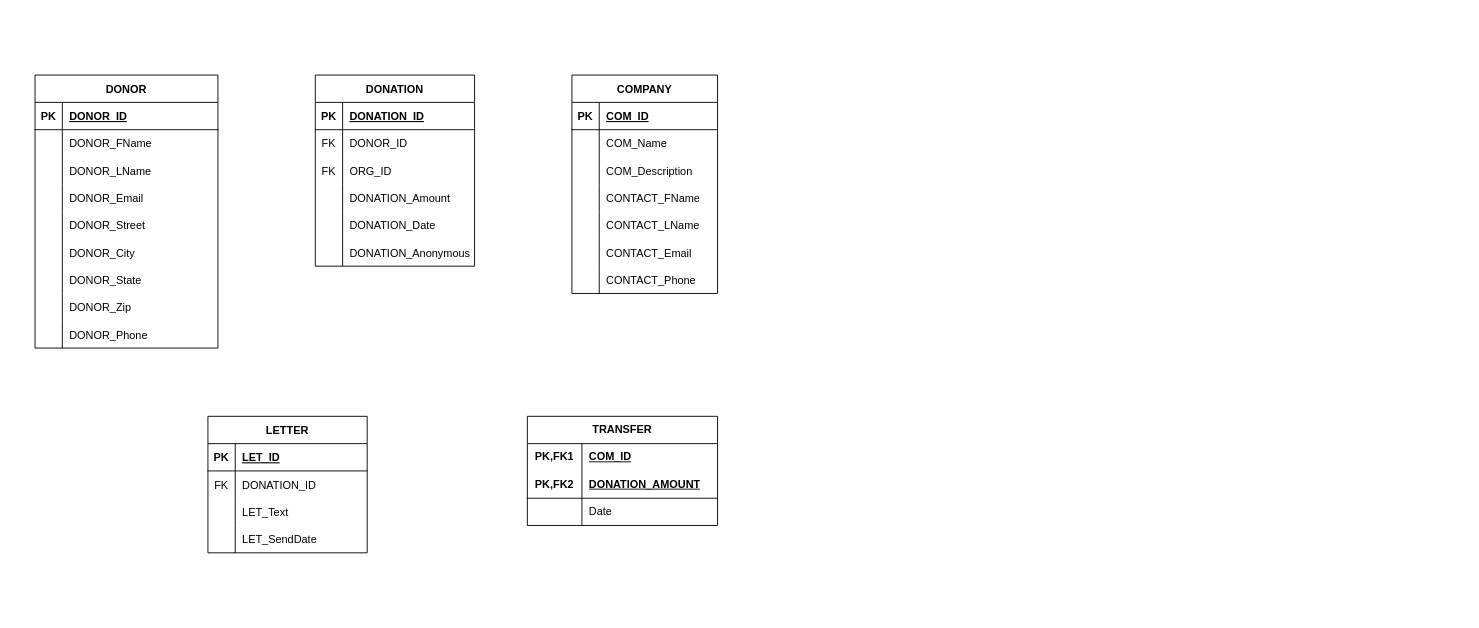
The draw.io diagram Quiz 1.drawio in Marcanicus/Intro-to-Databases, before the edit. Source tidied: cells renumbered, new cells numbered last; positions are measured from the earlier drawing's top-left corner, leaving out a move shared by most shapes. Both pictures are drawn from the tidied source at 91%, with x=0, y=0 at pixel (35, 75).
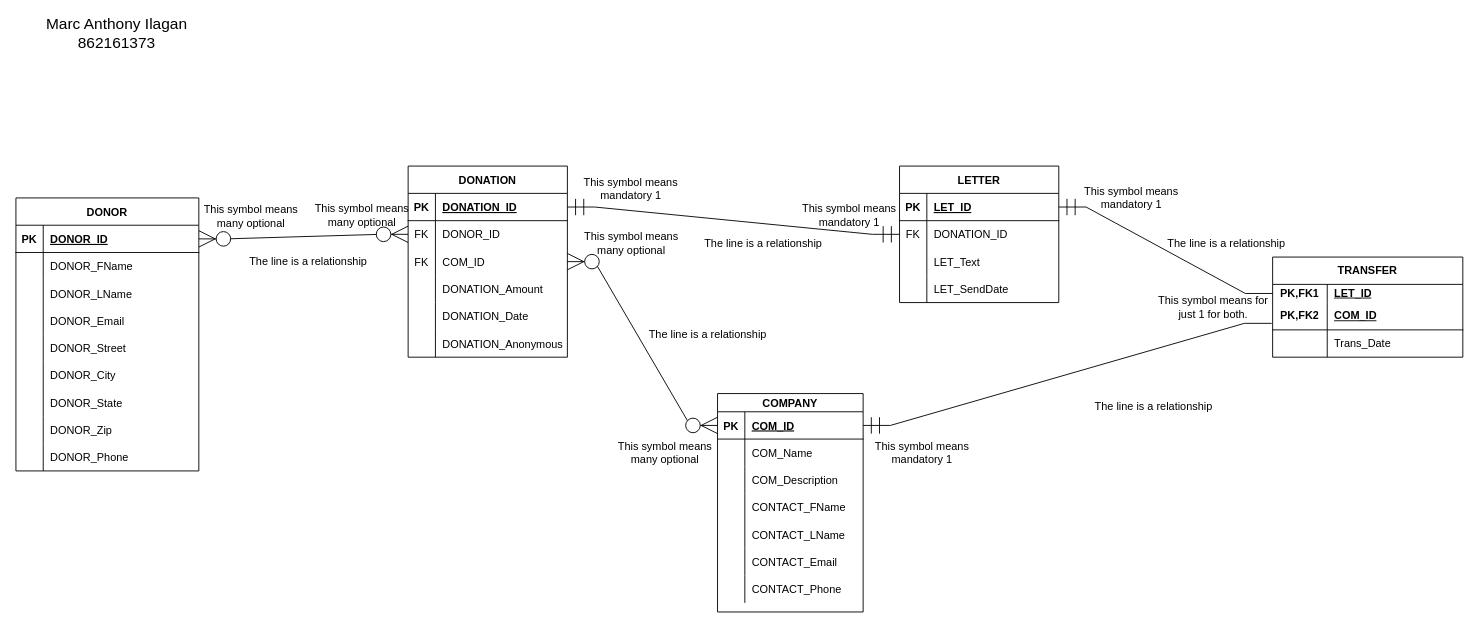
After the change.

The change refers to these unchanged cells:
```xml
<mxCell id="3" style="shape=partialRectangle;fillColor=none;points=[[0,0.5],[1,0.5]];portConstraint=eastwest;top=0;left=0;right=0;bottom=1;" parent="2" vertex="1">
  <mxGeometry y="30" width="201" height="30" as="geometry" />
</mxCell>
<mxCell id="53" style="shape=partialRectangle;fillColor=none;points=[[0,0.5],[1,0.5]];portConstraint=eastwest;top=0;left=0;right=0;bottom=1;" parent="52" vertex="1">
  <mxGeometry y="30" width="175" height="30" as="geometry" />
</mxCell>
<mxCell id="56" style="shape=partialRectangle;fillColor=none;points=[[0,0.5],[1,0.5]];portConstraint=eastwest;top=0;left=0;right=0;bottom=0;" parent="52" vertex="1">
  <mxGeometry y="60" width="175" height="30" as="geometry" />
</mxCell>
<mxCell id="59" style="shape=partialRectangle;fillColor=none;points=[[0,0.5],[1,0.5]];portConstraint=eastwest;top=0;left=0;right=0;bottom=0;" parent="52" vertex="1">
  <mxGeometry y="90" width="175" height="30" as="geometry" />
</mxCell>
<mxCell id="72" style="shape=partialRectangle;fillColor=none;points=[[0,0.5],[1,0.5]];portConstraint=eastwest;top=0;left=0;right=0;bottom=1;" parent="71" vertex="1">
  <mxGeometry y="30" width="175" height="30" as="geometry" />
</mxCell>
<mxCell id="75" style="shape=partialRectangle;fillColor=none;points=[[0,0.5],[1,0.5]];portConstraint=eastwest;top=0;left=0;right=0;bottom=0;" parent="71" vertex="1">
  <mxGeometry y="60" width="175" height="30" as="geometry" />
</mxCell>
```

The edit, as a diff of the source:
```diff
@@
     <mxCell id="2" value="DONOR" style="shape=table;startSize=30;childLayout=tableLayout;rowLines=0;fontStyle=1;align=center;" parent="1" vertex="1">
-      <mxGeometry width="201" height="300" as="geometry" />
+      <mxGeometry x="-21" y="135" width="201" height="300" as="geometry" />
     </mxCell>
@@
-    <mxCell id="30" value="COMPANY" style="shape=table;startSize=30;childLayout=tableLayout;rowLines=0;fontStyle=1;align=center;" parent="1" vertex="1">
-      <mxGeometry x="590" width="160" height="240" as="geometry" />
+    <mxCell id="30" value="COMPANY" style="shape=table;startSize=20;childLayout=tableLayout;rowLines=0;fontStyle=1;align=center;" parent="1" vertex="1">
+      <mxGeometry x="750" y="350" width="160" height="240" as="geometry" />
     </mxCell>
     <mxCell id="31" style="shape=partialRectangle;fillColor=none;points=[[0,0.5],[1,0.5]];portConstraint=eastwest;top=0;left=0;right=0;bottom=1;" parent="30" vertex="1">
-      <mxGeometry y="30" width="160" height="30" as="geometry" />
+      <mxGeometry y="20" width="160" height="30" as="geometry" />
     </mxCell>
@@
     <mxCell id="34" style="shape=partialRectangle;fillColor=none;top=0;left=0;right=0;bottom=0;" parent="30" vertex="1">
-      <mxGeometry y="60" width="160" height="30" as="geometry" />
+      <mxGeometry y="50" width="160" height="30" as="geometry" />
     </mxCell>
@@
     <mxCell id="37" style="shape=partialRectangle;fillColor=none;top=0;left=0;right=0;bottom=0;" parent="30" vertex="1">
-      <mxGeometry y="90" width="160" height="30" as="geometry" />
+      <mxGeometry y="80" width="160" height="30" as="geometry" />
     </mxCell>
@@
     <mxCell id="40" style="shape=partialRectangle;fillColor=none;top=0;left=0;right=0;bottom=0;" parent="30" vertex="1">
-      <mxGeometry y="120" width="160" height="30" as="geometry" />
+      <mxGeometry y="110" width="160" height="30" as="geometry" />
     </mxCell>
@@
     <mxCell id="43" style="shape=partialRectangle;fillColor=none;top=0;left=0;right=0;bottom=0;" parent="30" vertex="1">
-      <mxGeometry y="150" width="160" height="30" as="geometry" />
+      <mxGeometry y="140" width="160" height="30" as="geometry" />
     </mxCell>
@@
     <mxCell id="46" style="shape=partialRectangle;fillColor=none;top=0;left=0;right=0;bottom=0;" parent="30" vertex="1">
-      <mxGeometry y="180" width="160" height="30" as="geometry" />
+      <mxGeometry y="170" width="160" height="30" as="geometry" />
     </mxCell>
@@
     <mxCell id="49" style="shape=partialRectangle;fillColor=none;top=0;left=0;right=0;bottom=0;" parent="30" vertex="1">
-      <mxGeometry y="210" width="160" height="30" as="geometry" />
+      <mxGeometry y="200" width="160" height="30" as="geometry" />
     </mxCell>
@@
     <mxCell id="52" value="DONATION" style="shape=table;startSize=30;childLayout=tableLayout;rowLines=0;fontStyle=1;align=center;" parent="1" vertex="1">
-      <mxGeometry x="308" width="175" height="210" as="geometry" />
+      <mxGeometry x="410" y="100" width="175" height="210" as="geometry" />
     </mxCell>
@@
-    <mxCell id="61" value="ORG_ID" style="shape=partialRectangle;overflow=hidden;fillColor=none;top=0;left=0;bottom=0;right=0;align=left;spacingLeft=6;" parent="59" vertex="1">
+    <mxCell id="61" value="COM_ID" style="shape=partialRectangle;overflow=hidden;fillColor=none;top=0;left=0;bottom=0;right=0;align=left;spacingLeft=6;" parent="59" vertex="1">
       <mxGeometry x="30" width="145" height="30" as="geometry" />
     </mxCell>
@@
     <mxCell id="71" value="LETTER" style="shape=table;startSize=30;childLayout=tableLayout;rowLines=0;fontStyle=1;align=center;" parent="1" vertex="1">
-      <mxGeometry x="190" y="375" width="175" height="150" as="geometry" />
+      <mxGeometry x="950" y="100" width="175" height="150" as="geometry" />
     </mxCell>
@@
     <mxCell id="84" value="TRANSFER" style="shape=table;startSize=30;childLayout=tableLayout;rowLines=0;fontStyle=1;align=center;html=1;whiteSpace=wrap;" parent="1" vertex="1">
-      <mxGeometry x="541" y="375" width="209" height="120" as="geometry" />
+      <mxGeometry x="1360" y="200" width="209" height="110" as="geometry" />
     </mxCell>
     <mxCell id="85" style="shape=tableRow;horizontal=0;startSize=0;swimlaneHead=0;swimlaneBody=0;fillColor=none;points=[[0,0.5],[1,0.5]];portConstraint=eastwest;top=0;left=0;right=0;bottom=0;html=1;" parent="84" vertex="1">
-      <mxGeometry y="30" width="209" height="30" as="geometry" />
+      <mxGeometry y="30" width="209" height="20" as="geometry" />
     </mxCell>
     <mxCell id="86" value="PK,FK1" style="shape=partialRectangle;fillColor=none;top=0;left=0;bottom=0;right=0;fontStyle=1;overflow=hidden;html=1;whiteSpace=wrap;" parent="85" vertex="1">
-      <mxGeometry width="60" height="30" as="geometry" />
+      <mxGeometry width="60" height="20" as="geometry" />
     </mxCell>
-    <mxCell id="87" value="COM_ID" style="shape=partialRectangle;fillColor=none;top=0;left=0;bottom=0;right=0;align=left;spacingLeft=6;fontStyle=5;overflow=hidden;html=1;whiteSpace=wrap;" parent="85" vertex="1">
-      <mxGeometry x="60" width="149" height="30" as="geometry" />
+    <mxCell id="87" value="LET_ID" style="shape=partialRectangle;fillColor=none;top=0;left=0;bottom=0;right=0;align=left;spacingLeft=6;fontStyle=5;overflow=hidden;html=1;whiteSpace=wrap;" parent="85" vertex="1">
+      <mxGeometry x="60" width="149" height="20" as="geometry" />
     </mxCell>
     <mxCell id="88" style="shape=tableRow;horizontal=0;startSize=0;swimlaneHead=0;swimlaneBody=0;fillColor=none;points=[[0,0.5],[1,0.5]];portConstraint=eastwest;top=0;left=0;right=0;bottom=1;html=1;" parent="84" vertex="1">
-      <mxGeometry y="60" width="209" height="30" as="geometry" />
+      <mxGeometry y="50" width="209" height="30" as="geometry" />
     </mxCell>
@@
-    <mxCell id="90" value="DONATION_AMOUNT" style="shape=partialRectangle;fillColor=none;top=0;left=0;bottom=0;right=0;align=left;spacingLeft=6;fontStyle=5;overflow=hidden;html=1;whiteSpace=wrap;" parent="88" vertex="1">
+    <mxCell id="90" value="COM_ID" style="shape=partialRectangle;fillColor=none;top=0;left=0;bottom=0;right=0;align=left;spacingLeft=6;fontStyle=5;overflow=hidden;html=1;whiteSpace=wrap;" parent="88" vertex="1">
       <mxGeometry x="60" width="149" height="30" as="geometry" />
     </mxCell>
-    <mxCell id="91" style="shape=tableRow;horizontal=0;startSize=0;swimlaneHead=0;swimlaneBody=0;fillColor=none;top=0;left=0;right=0;bottom=0;html=1;" parent="84" vertex="1">
-      <mxGeometry y="90" width="209" height="30" as="geometry" />
-    </mxCell>
+    <mxCell id="94" style="shape=tableRow;horizontal=0;startSize=0;swimlaneHead=0;swimlaneBody=0;fillColor=none;top=0;left=0;right=0;bottom=0;html=1;" parent="84" vertex="1">
+      <mxGeometry y="80" width="209" height="30" as="geometry" />
+    </mxCell>
-    <mxCell id="92" style="shape=partialRectangle;fillColor=none;top=0;left=0;bottom=0;right=0;overflow=hidden;html=1;whiteSpace=wrap;" parent="91" vertex="1">
+    <mxCell id="92" style="shape=partialRectangle;fillColor=none;top=0;left=0;bottom=0;right=0;overflow=hidden;html=1;whiteSpace=wrap;" parent="94" vertex="1">
       <mxGeometry width="60" height="30" as="geometry" />
     </mxCell>
-    <mxCell id="93" value="Date" style="shape=partialRectangle;fillColor=none;top=0;left=0;bottom=0;right=0;align=left;spacingLeft=6;overflow=hidden;html=1;whiteSpace=wrap;" parent="91" vertex="1">
-      <mxGeometry x="60" width="149" height="30" as="geometry" />
-    </mxCell>
+    <mxCell id="95" value="Trans_Date" style="shape=partialRectangle;fillColor=none;top=0;left=0;bottom=0;right=0;align=left;spacingLeft=6;overflow=hidden;html=1;whiteSpace=wrap;" parent="94" vertex="1">
+      <mxGeometry x="60" width="149" height="30" as="geometry" />
+    </mxCell>
+    <mxCell id="96" value="&lt;div style=&quot;font-size: 17px;&quot;&gt;&lt;font style=&quot;font-size: 17px;&quot;&gt;Marc Anthony Ilagan&lt;/font&gt;&lt;/div&gt;&lt;div style=&quot;font-size: 17px;&quot;&gt;&lt;font style=&quot;font-size: 17px;&quot;&gt;862161373 &lt;/font&gt;&lt;/div&gt;" style="text;html=1;strokeColor=none;fillColor=none;align=center;verticalAlign=middle;whiteSpace=wrap;rounded=0;" parent="1" vertex="1">
+      <mxGeometry x="10" y="-60" width="160" height="30" as="geometry" />
+    </mxCell>
+    <mxCell id="97" value="The line is a relationship" style="text;html=1;strokeColor=none;fillColor=none;align=center;verticalAlign=middle;whiteSpace=wrap;rounded=0;" parent="1" vertex="1">
+      <mxGeometry x="1200" y="170" width="219" height="30" as="geometry" />
+    </mxCell>
+    <mxCell id="98" style="edgeStyle=entityRelationEdgeStyle;fontSize=12;html=1;endArrow=ERmandOne;rounded=0;entryX=1;entryY=0.5;entryDx=0;entryDy=0;exitX=0;exitY=0.5;exitDx=0;exitDy=0;endSize=16;startSize=16;" parent="1" edge="1" source="85" target="72">
+      <mxGeometry relative="1" as="geometry" />
+    </mxCell>
+    <mxCell id="99" style="edgeStyle=entityRelationEdgeStyle;fontSize=12;html=1;endArrow=ERmandOne;rounded=0;entryX=1;entryY=0.5;entryDx=0;entryDy=0;exitX=-0.005;exitY=0.761;exitDx=0;exitDy=0;exitPerimeter=0;endSize=16;startSize=16;" parent="1" edge="1" source="88" target="31">
+      <mxGeometry relative="1" as="geometry" />
+    </mxCell>
+    <mxCell id="100" style="edgeStyle=entityRelationEdgeStyle;fontSize=12;html=1;endArrow=ERzeroToMany;endFill=1;startArrow=ERzeroToMany;rounded=0;entryX=1;entryY=0.5;entryDx=0;entryDy=0;exitX=0;exitY=0.5;exitDx=0;exitDy=0;startSize=16;endSize=16;" parent="1" edge="1" source="31" target="59">
+      <mxGeometry relative="1" as="geometry" />
+    </mxCell>
+    <mxCell id="101" style="edgeStyle=entityRelationEdgeStyle;fontSize=12;html=1;endArrow=ERzeroToMany;endFill=1;startArrow=ERzeroToMany;rounded=0;exitX=1;exitY=0.5;exitDx=0;exitDy=0;entryX=0;entryY=0.5;entryDx=0;entryDy=0;endSize=16;startSize=16;" parent="1" edge="1" source="3" target="56">
+      <mxGeometry relative="1" as="geometry" />
+    </mxCell>
+    <mxCell id="102" style="edgeStyle=entityRelationEdgeStyle;fontSize=12;html=1;endArrow=ERmandOne;startArrow=ERmandOne;rounded=0;exitX=1;exitY=0.5;exitDx=0;exitDy=0;entryX=0;entryY=0.5;entryDx=0;entryDy=0;endSize=16;startSize=16;" parent="1" edge="1" source="53" target="75">
+      <mxGeometry relative="1" as="geometry" />
+    </mxCell>
+    <mxCell id="103" value="This symbol means many optional" style="text;html=1;strokeColor=none;fillColor=none;align=center;verticalAlign=middle;whiteSpace=wrap;rounded=0;" parent="1" vertex="1">
+      <mxGeometry x="180" y="140" width="115" height="30" as="geometry" />
+    </mxCell>
+    <mxCell id="104" value="This symbol means mandatory 1 " style="text;html=1;strokeColor=none;fillColor=none;align=center;verticalAlign=middle;whiteSpace=wrap;rounded=0;" parent="1" vertex="1">
+      <mxGeometry x="590" y="110" width="130" height="30" as="geometry" />
+    </mxCell>
+    <mxCell id="105" value="This symbol means many optional" style="text;html=1;strokeColor=none;fillColor=none;align=center;verticalAlign=middle;whiteSpace=wrap;rounded=0;" parent="1" vertex="1">
+      <mxGeometry x="302" y="139" width="115" height="30" as="geometry" />
+    </mxCell>
+    <mxCell id="106" value="This symbol means mandatory 1 " style="text;html=1;strokeColor=none;fillColor=none;align=center;verticalAlign=middle;whiteSpace=wrap;rounded=0;" parent="1" vertex="1">
+      <mxGeometry x="830" y="139" width="130" height="30" as="geometry" />
+    </mxCell>
+    <mxCell id="107" value="This symbol means mandatory 1 " style="text;html=1;strokeColor=none;fillColor=none;align=center;verticalAlign=middle;whiteSpace=wrap;rounded=0;" parent="1" vertex="1">
+      <mxGeometry x="910" y="400" width="130" height="30" as="geometry" />
+    </mxCell>
+    <mxCell id="108" value="This symbol means for just 1 for both." style="text;html=1;strokeColor=none;fillColor=none;align=center;verticalAlign=middle;whiteSpace=wrap;rounded=0;" parent="1" vertex="1">
+      <mxGeometry x="1230" y="240" width="130" height="30" as="geometry" />
+    </mxCell>
+    <mxCell id="109" value="This symbol means mandatory 1 " style="text;html=1;strokeColor=none;fillColor=none;align=center;verticalAlign=middle;whiteSpace=wrap;rounded=0;" parent="1" vertex="1">
+      <mxGeometry x="1140" y="120" width="130" height="30" as="geometry" />
+    </mxCell>
+    <mxCell id="110" value="The line is a relationship" style="text;html=1;strokeColor=none;fillColor=none;align=center;verticalAlign=middle;whiteSpace=wrap;rounded=0;" parent="1" vertex="1">
+      <mxGeometry x="191" y="190" width="219" height="30" as="geometry" />
+    </mxCell>
+    <mxCell id="111" value="The line is a relationship" style="text;html=1;strokeColor=none;fillColor=none;align=center;verticalAlign=middle;whiteSpace=wrap;rounded=0;" parent="1" vertex="1">
+      <mxGeometry x="691" y="170" width="219" height="30" as="geometry" />
+    </mxCell>
+    <mxCell id="112" value="The line is a relationship" style="text;html=1;strokeColor=none;fillColor=none;align=center;verticalAlign=middle;whiteSpace=wrap;rounded=0;" parent="1" vertex="1">
+      <mxGeometry x="630" y="270" width="219" height="30" as="geometry" />
+    </mxCell>
+    <mxCell id="113" value="This symbol means many optional" style="text;html=1;strokeColor=none;fillColor=none;align=center;verticalAlign=middle;whiteSpace=wrap;rounded=0;" parent="1" vertex="1">
+      <mxGeometry x="597.5" y="170" width="115" height="30" as="geometry" />
+    </mxCell>
+    <mxCell id="114" value="This symbol means many optional" style="text;html=1;strokeColor=none;fillColor=none;align=center;verticalAlign=middle;whiteSpace=wrap;rounded=0;" parent="1" vertex="1">
+      <mxGeometry x="635" y="400" width="115" height="30" as="geometry" />
+    </mxCell>
+    <mxCell id="115" value="The line is a relationship" style="text;html=1;strokeColor=none;fillColor=none;align=center;verticalAlign=middle;whiteSpace=wrap;rounded=0;" parent="1" vertex="1">
+      <mxGeometry x="1120" y="350" width="219" height="30" as="geometry" />
+    </mxCell>
```
